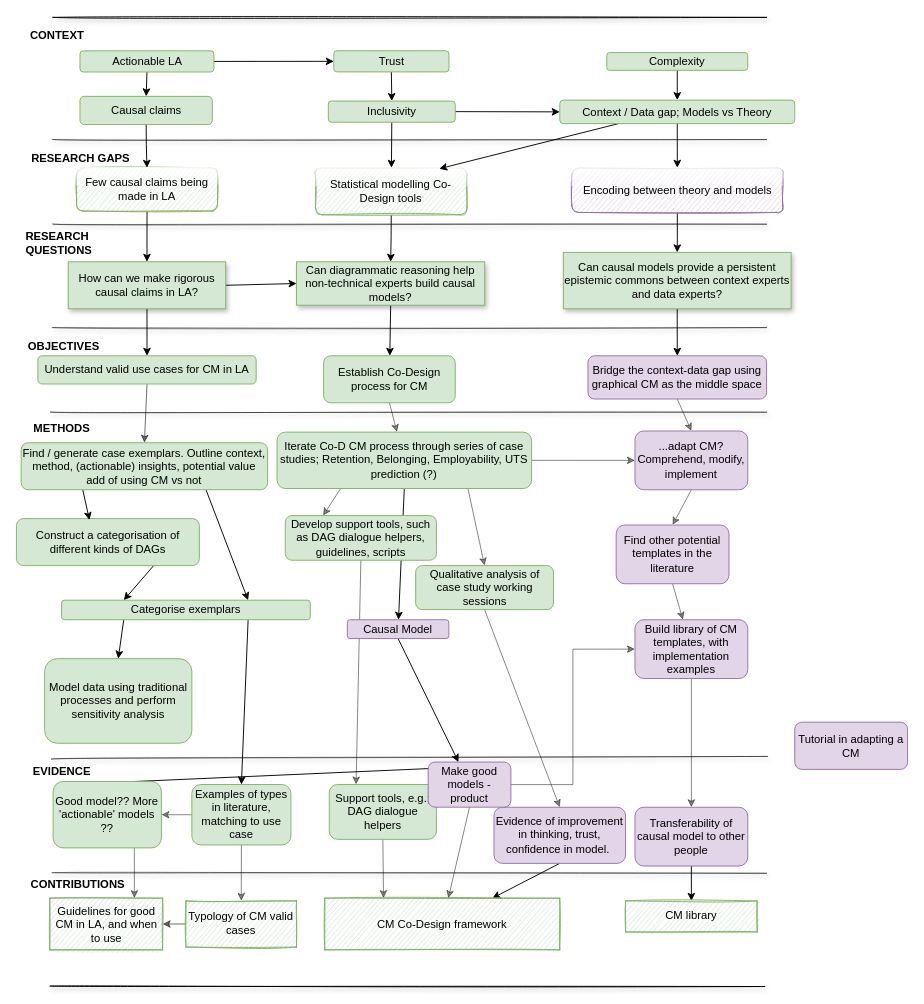
Above: page "Page-6" (6 of 6) of Thesis diagram.drawio in benwhicks/phd (draw.io), before the change. Source tidied: cells renumbered, new cells numbered last; positions are measured from the earlier drawing's top-left corner, leaving out a move shared by most shapes. Both pictures are drawn from the tidied source at 94%, with x=0, y=0 at pixel (16, 17).
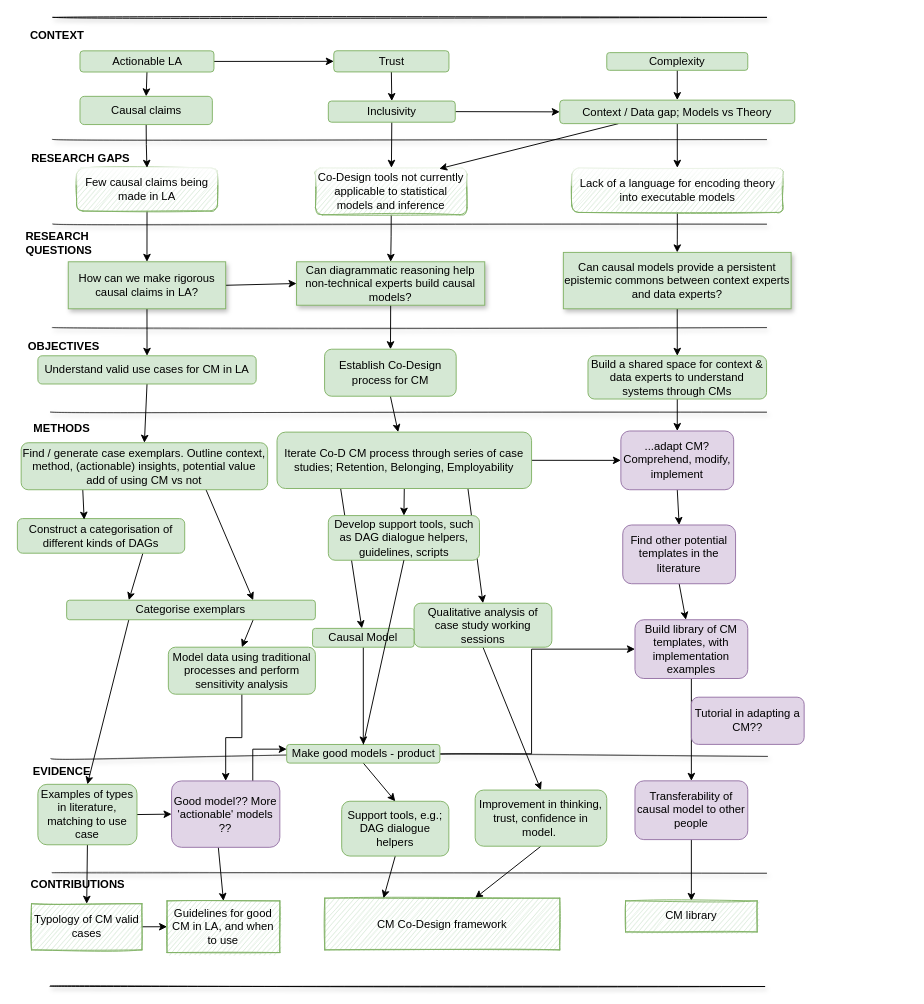
The same page after the edit.

Unchanged cells that the change refers to:
```xml
<mxCell id="27" value="Understand valid use cases for CM in LA" style="rounded=1;whiteSpace=wrap;html=1;sketch=0;shadow=0;glass=0;fillColor=#d5e8d4;strokeColor=#82b366;" parent="1" vertex="1">
  <mxGeometry x="22.8" y="360" width="232.2" height="30" as="geometry" />
</mxCell>
<mxCell id="52" value="CM Co-Design framework" style="whiteSpace=wrap;html=1;rounded=0;shadow=0;glass=0;sketch=1;fillColor=#d5e8d4;strokeColor=#82b366;" parent="1" vertex="1">
  <mxGeometry x="328" y="937" width="250" height="55" as="geometry" />
</mxCell>
<mxCell id="84" value="Find / generate case exemplars. Outline context, method, (actionable) insights, potential value add of using CM vs not" style="rounded=1;whiteSpace=wrap;html=1;sketch=0;shadow=0;glass=0;fillColor=#d5e8d4;strokeColor=#82b366;" parent="1" vertex="1">
  <mxGeometry x="5" y="452.5" width="262.2" height="50" as="geometry" />
</mxCell>
<mxCell id="93" value="Build library of CM templates, with implementation examples" style="whiteSpace=wrap;html=1;rounded=1;shadow=0;glass=0;sketch=0;fillColor=#e1d5e7;strokeColor=#9673a6;" parent="1" vertex="1">
  <mxGeometry x="658" y="640.8" width="120" height="62.5" as="geometry" />
</mxCell>
```

Diff of the diagram source:
```diff
@@
-    <mxCell id="7" style="edgeStyle=none;rounded=0;jumpStyle=none;jettySize=auto;html=1;exitX=0.5;exitY=1;exitDx=0;exitDy=0;entryX=0.5;entryY=0;entryDx=0;entryDy=0;fontFamily=Helvetica;fontSize=12;opacity=50;" parent="1" edge="1" source="8" target="37">
+    <mxCell id="7" style="edgeStyle=none;rounded=0;jumpStyle=none;jettySize=auto;html=1;exitX=0.5;exitY=1;exitDx=0;exitDy=0;entryX=0.5;entryY=0;entryDx=0;entryDy=0;fontFamily=Helvetica;fontSize=12;" parent="1" edge="1" source="8" target="37">
       <mxGeometry relative="1" as="geometry" />
     </mxCell>
     <mxCell id="8" value="Qualitative analysis of case study working sessions" style="rounded=1;whiteSpace=wrap;html=1;fillColor=#d5e8d4;strokeColor=#82b366;" parent="1" vertex="1">
-      <mxGeometry x="424.7" y="583.2" width="146.6" height="46.8" as="geometry" />
+      <mxGeometry x="423" y="623.2" width="146.6" height="46.8" as="geometry" />
     </mxCell>
@@
-    <mxCell id="10" value="Statistical modelling Co-Design tools" style="rounded=1;whiteSpace=wrap;html=1;fillColor=#d5e8d4;strokeColor=#82b366;glass=1;sketch=1;" parent="1" vertex="1">
+    <mxCell id="10" value="Co-Design tools not currently applicable to statistical models and inference" style="rounded=1;whiteSpace=wrap;html=1;fillColor=#d5e8d4;strokeColor=#82b366;glass=1;sketch=1;" parent="1" vertex="1">
       <mxGeometry x="318.1" y="160" width="161.2" height="50" as="geometry" />
     </mxCell>
@@
-    <mxCell id="12" value="Encoding between theory and models" style="rounded=1;whiteSpace=wrap;html=1;fillColor=#e1d5e7;strokeColor=#9673a6;glass=1;sketch=1;" parent="1" vertex="1">
+    <mxCell id="12" value="Lack of a language for encoding theory into executable models" style="rounded=1;whiteSpace=wrap;html=1;fillColor=#d5e8d4;strokeColor=#82b366;glass=1;sketch=1;" parent="1" vertex="1">
       <mxGeometry x="590.8" y="160" width="224.5" height="47.5" as="geometry" />
     </mxCell>
@@
-    <mxCell id="26" style="edgeStyle=none;rounded=0;jumpStyle=none;jettySize=auto;html=1;exitX=0.5;exitY=1;exitDx=0;exitDy=0;entryX=0.5;entryY=0;entryDx=0;entryDy=0;opacity=60;" parent="1" edge="1" source="27" target="84">
+    <mxCell id="26" style="edgeStyle=none;rounded=0;jumpStyle=none;jettySize=auto;html=1;exitX=0.5;exitY=1;exitDx=0;exitDy=0;entryX=0.5;entryY=0;entryDx=0;entryDy=0;" parent="1" edge="1" source="27" target="84">
       <mxGeometry relative="1" as="geometry" />
     </mxCell>
@@
-    <mxCell id="28" style="edgeStyle=none;rounded=0;jumpStyle=none;jettySize=auto;html=1;exitX=0.25;exitY=1;exitDx=0;exitDy=0;entryX=0.25;entryY=0;entryDx=0;entryDy=0;fontFamily=Helvetica;fontSize=12;opacity=50;" parent="1" edge="1" source="32" target="87">
+    <mxCell id="28" style="edgeStyle=none;rounded=0;jumpStyle=none;jettySize=auto;html=1;entryX=0.5;entryY=0;entryDx=0;entryDy=0;fontFamily=Helvetica;fontSize=12;exitX=0.5;exitY=1;exitDx=0;exitDy=0;" parent="1" edge="1" source="32" target="87">
       <mxGeometry relative="1" as="geometry" />
     </mxCell>
-    <mxCell id="29" style="edgeStyle=none;rounded=0;jumpStyle=none;jettySize=auto;html=1;exitX=0.75;exitY=1;exitDx=0;exitDy=0;entryX=0.5;entryY=0;entryDx=0;entryDy=0;fontFamily=Helvetica;fontSize=12;opacity=50;" parent="1" edge="1" source="32" target="8">
+    <mxCell id="29" style="edgeStyle=none;rounded=0;jumpStyle=none;jettySize=auto;html=1;exitX=0.75;exitY=1;exitDx=0;exitDy=0;entryX=0.5;entryY=0;entryDx=0;entryDy=0;fontFamily=Helvetica;fontSize=12;" parent="1" edge="1" source="32" target="8">
       <mxGeometry relative="1" as="geometry" />
     </mxCell>
-    <mxCell id="30" style="edgeStyle=none;rounded=0;jumpStyle=none;jettySize=auto;html=1;exitX=1;exitY=0.5;exitDx=0;exitDy=0;entryX=0;entryY=0.5;entryDx=0;entryDy=0;fontFamily=Helvetica;fontSize=12;opacity=50;" parent="1" edge="1" source="32" target="89">
+    <mxCell id="30" style="edgeStyle=none;rounded=0;jumpStyle=none;jettySize=auto;html=1;exitX=1;exitY=0.5;exitDx=0;exitDy=0;entryX=0;entryY=0.5;entryDx=0;entryDy=0;fontFamily=Helvetica;fontSize=12;" parent="1" edge="1" source="32" target="89">
       <mxGeometry relative="1" as="geometry" />
     </mxCell>
-    <mxCell id="31" style="edgeStyle=none;rounded=0;jettySize=auto;html=1;exitX=0.5;exitY=1;exitDx=0;exitDy=0;" parent="1" edge="1" source="32" target="98">
+    <mxCell id="31" style="edgeStyle=none;rounded=0;jettySize=auto;html=1;exitX=0.25;exitY=1;exitDx=0;exitDy=0;" parent="1" edge="1" source="32" target="98">
       <mxGeometry relative="1" as="geometry" />
     </mxCell>
-    <mxCell id="32" value="Iterate Co-D CM process through series of case studies; Retention, Belonging, Employability, UTS prediction (?)" style="rounded=1;whiteSpace=wrap;html=1;fillColor=#d5e8d4;strokeColor=#82b366;" parent="1" vertex="1">
+    <mxCell id="32" value="Iterate Co-D CM process through series of case studies; Retention, Belonging, Employability" style="rounded=1;whiteSpace=wrap;html=1;fillColor=#d5e8d4;strokeColor=#82b366;" parent="1" vertex="1">
       <mxGeometry x="277.2" y="441.2" width="270.8" height="60" as="geometry" />
     </mxCell>
@@
-    <mxCell id="37" value="Evidence of improvement in thinking, trust, confidence in model.&amp;nbsp;" style="whiteSpace=wrap;html=1;rounded=1;shadow=0;glass=0;sketch=0;fillColor=#e1d5e7;strokeColor=#9673a6;" parent="1" vertex="1">
-      <mxGeometry x="508" y="840.3" width="140" height="59.7" as="geometry" />
+    <mxCell id="37" value="Improvement in thinking, trust, confidence in model.&amp;nbsp;" style="whiteSpace=wrap;html=1;rounded=1;shadow=0;glass=0;sketch=0;fillColor=#d5e8d4;strokeColor=#82b366;" parent="1" vertex="1">
+      <mxGeometry x="488" y="822" width="140" height="59.7" as="geometry" />
     </mxCell>
@@
-    <mxCell id="43" style="endArrow=none;html=1;rounded=0;sketch=1;curved=1;shadow=1;opacity=50;" parent="1" edge="1">
+    <mxCell id="43" style="endArrow=none;html=1;rounded=0;sketch=1;curved=1;shadow=1;opacity=50;startArrow=none;" parent="1" edge="1" source="63">
       <mxGeometry relative="1" as="geometry">
-        <mxPoint x="36.5" y="788.8" as="sourcePoint" />
         <mxPoint x="799" y="786.2" as="targetPoint" />
       </mxGeometry>
     </mxCell>
@@
     <mxCell id="53" value="Guidelines for good CM in LA, and when to use" style="whiteSpace=wrap;html=1;rounded=0;shadow=0;glass=0;sketch=1;fillColor=#d5e8d4;strokeColor=#82b366;" parent="1" vertex="1">
-      <mxGeometry x="35.5" y="937" width="120" height="55" as="geometry" />
+      <mxGeometry x="160.2" y="939.9" width="120" height="55" as="geometry" />
     </mxCell>
-    <mxCell id="54" style="edgeStyle=none;rounded=0;jumpStyle=none;jettySize=auto;html=1;exitX=0.75;exitY=1;exitDx=0;exitDy=0;entryX=0.75;entryY=0;entryDx=0;entryDy=0;fontFamily=Helvetica;fontSize=12;opacity=50;" parent="1" edge="1" source="56" target="53">
+    <mxCell id="54" style="edgeStyle=none;rounded=0;jumpStyle=none;jettySize=auto;html=1;exitX=0.432;exitY=1.002;exitDx=0;exitDy=0;entryX=0.5;entryY=0;entryDx=0;entryDy=0;fontFamily=Helvetica;fontSize=12;exitPerimeter=0;" parent="1" edge="1" source="56" target="53">
       <mxGeometry relative="1" as="geometry" />
     </mxCell>
-    <mxCell id="55" style="edgeStyle=none;rounded=0;jettySize=auto;html=1;exitX=0.75;exitY=0;exitDx=0;exitDy=0;entryX=0.274;entryY=0.123;entryDx=0;entryDy=0;entryPerimeter=0;" parent="1" edge="1" source="56" target="63">
+    <mxCell id="55" style="edgeStyle=orthogonalEdgeStyle;rounded=0;jettySize=auto;html=1;exitX=0.75;exitY=0;exitDx=0;exitDy=0;entryX=0;entryY=0.25;entryDx=0;entryDy=0;" parent="1" edge="1" source="56" target="63">
       <mxGeometry relative="1" as="geometry" />
     </mxCell>
-    <mxCell id="56" value="Good model?? More 'actionable' models ??" style="rounded=1;whiteSpace=wrap;html=1;sketch=0;fillColor=#d5e8d4;strokeColor=#82b366;gradientColor=none;shadow=0;" parent="1" vertex="1">
-      <mxGeometry x="39" y="812.9" width="115.2" height="70.6" as="geometry" />
+    <mxCell id="56" value="Good model?? More 'actionable' models ??" style="rounded=1;whiteSpace=wrap;html=1;sketch=0;fillColor=#e1d5e7;strokeColor=#9673a6;shadow=0;" parent="1" vertex="1">
+      <mxGeometry x="165" y="812.3" width="115.2" height="70.6" as="geometry" />
     </mxCell>
-    <mxCell id="57" style="edgeStyle=none;rounded=0;jumpStyle=none;jettySize=auto;html=1;exitX=0;exitY=0.5;exitDx=0;exitDy=0;entryX=1;entryY=0.5;entryDx=0;entryDy=0;opacity=60;" parent="1" edge="1" source="58" target="53">
+    <mxCell id="57" style="edgeStyle=none;rounded=0;jumpStyle=none;jettySize=auto;html=1;exitX=1;exitY=0.5;exitDx=0;exitDy=0;entryX=0;entryY=0.5;entryDx=0;entryDy=0;" parent="1" edge="1" source="58" target="53">
       <mxGeometry relative="1" as="geometry" />
     </mxCell>
     <mxCell id="58" value="Typology of CM valid cases" style="rounded=0;whiteSpace=wrap;html=1;sketch=1;fillColor=#d5e8d4;strokeColor=#82b366;shadow=0;" parent="1" vertex="1">
-      <mxGeometry x="180.4" y="939.9" width="117.5" height="49.1" as="geometry" />
+      <mxGeometry x="16" y="942.9" width="117.5" height="49.1" as="geometry" />
     </mxCell>
-    <mxCell id="59" style="edgeStyle=none;rounded=0;jumpStyle=none;jettySize=auto;html=1;exitX=0.5;exitY=1;exitDx=0;exitDy=0;entryX=0.25;entryY=0;entryDx=0;entryDy=0;fontFamily=Helvetica;fontSize=12;opacity=50;" parent="1" edge="1" source="60" target="52">
+    <mxCell id="59" style="edgeStyle=none;rounded=0;jumpStyle=none;jettySize=auto;html=1;exitX=0.5;exitY=1;exitDx=0;exitDy=0;entryX=0.25;entryY=0;entryDx=0;entryDy=0;fontFamily=Helvetica;fontSize=12;" parent="1" edge="1" source="60" target="52">
       <mxGeometry relative="1" as="geometry" />
     </mxCell>
     <mxCell id="60" value="Support tools, e.g.; DAG dialogue helpers" style="rounded=1;whiteSpace=wrap;html=1;sketch=0;fillColor=#d5e8d4;strokeColor=#82b366;shadow=0;" parent="1" vertex="1">
-      <mxGeometry x="332.8" y="816.1" width="114" height="58.3" as="geometry" />
+      <mxGeometry x="346" y="833.9" width="114" height="58.3" as="geometry" />
     </mxCell>
-    <mxCell id="61" style="edgeStyle=none;rounded=0;jumpStyle=none;jettySize=auto;html=1;exitX=0.5;exitY=1;exitDx=0;exitDy=0;fontFamily=Helvetica;fontSize=12;opacity=50;" parent="1" edge="1" source="63" target="52">
-      <mxGeometry relative="1" as="geometry" />
-    </mxCell>
-    <mxCell id="62" style="edgeStyle=orthogonalEdgeStyle;rounded=0;jumpStyle=none;jettySize=auto;html=1;exitX=1;exitY=0.5;exitDx=0;exitDy=0;entryX=0;entryY=0.5;entryDx=0;entryDy=0;fontFamily=Helvetica;fontSize=12;opacity=50;" parent="1" edge="1" source="63" target="93">
-      <mxGeometry relative="1" as="geometry" />
+    <mxCell id="62" style="edgeStyle=orthogonalEdgeStyle;rounded=0;jumpStyle=none;jettySize=auto;html=1;exitX=1;exitY=0.5;exitDx=0;exitDy=0;entryX=0;entryY=0.5;entryDx=0;entryDy=0;fontFamily=Helvetica;fontSize=12;" parent="1" edge="1" source="63" target="93">
+      <mxGeometry relative="1" as="geometry">
+        <Array as="points">
+          <mxPoint x="548" y="783" />
+          <mxPoint x="548" y="672" />
+        </Array>
+      </mxGeometry>
     </mxCell>
-    <mxCell id="63" value="Make good models - product" style="rounded=1;whiteSpace=wrap;html=1;sketch=0;fillColor=#e1d5e7;strokeColor=#9673a6;shadow=0;" parent="1" vertex="1">
-      <mxGeometry x="438" y="792.2" width="88" height="48" as="geometry" />
-    </mxCell>
@@
     <mxCell id="65" value="Transferability of causal model to other people" style="whiteSpace=wrap;html=1;rounded=1;shadow=0;glass=0;sketch=0;fillColor=#e1d5e7;strokeColor=#9673a6;" parent="1" vertex="1">
-      <mxGeometry x="658" y="840.3" width="120" height="62.5" as="geometry" />
+      <mxGeometry x="658" y="812.2" width="120" height="62.5" as="geometry" />
     </mxCell>
@@
-    <mxCell id="72" style="edgeStyle=none;rounded=0;jumpStyle=none;jettySize=auto;html=1;exitX=0.5;exitY=1;exitDx=0;exitDy=0;fontFamily=Helvetica;fontSize=12;opacity=50;entryX=0.5;entryY=0;entryDx=0;entryDy=0;" parent="1" edge="1" source="73" target="89">
+    <mxCell id="72" style="edgeStyle=none;rounded=0;jumpStyle=none;jettySize=auto;html=1;exitX=0.5;exitY=1;exitDx=0;exitDy=0;fontFamily=Helvetica;fontSize=12;entryX=0.5;entryY=0;entryDx=0;entryDy=0;" parent="1" edge="1" source="73" target="89">
       <mxGeometry relative="1" as="geometry" />
     </mxCell>
-    <mxCell id="73" value="Bridge the context-data gap using graphical CM as the middle space" style="rounded=1;whiteSpace=wrap;html=1;fillColor=#e1d5e7;strokeColor=#9673a6;" parent="1" vertex="1">
+    <mxCell id="73" value="Build a shared space for context &amp;amp; data experts to understand systems through CMs" style="rounded=1;whiteSpace=wrap;html=1;fillColor=#d5e8d4;strokeColor=#82b366;" parent="1" vertex="1">
       <mxGeometry x="608" y="360" width="190" height="46" as="geometry" />
     </mxCell>
-    <mxCell id="74" style="edgeStyle=none;rounded=0;jumpStyle=none;jettySize=auto;html=1;exitX=0.5;exitY=1;exitDx=0;exitDy=0;fontFamily=Helvetica;fontSize=12;opacity=50;" parent="1" edge="1" source="75" target="32">
+    <mxCell id="74" style="edgeStyle=none;rounded=0;jumpStyle=none;jettySize=auto;html=1;exitX=0.5;exitY=1;exitDx=0;exitDy=0;fontFamily=Helvetica;fontSize=12;" parent="1" edge="1" source="75" target="32">
       <mxGeometry relative="1" as="geometry" />
     </mxCell>
     <mxCell id="75" value="Establish Co-Design process for CM" style="rounded=1;whiteSpace=wrap;html=1;fillColor=#d5e8d4;strokeColor=#82b366;" parent="1" vertex="1">
-      <mxGeometry x="326.8" y="360" width="140" height="50" as="geometry" />
+      <mxGeometry x="327.8" y="353" width="140" height="50" as="geometry" />
     </mxCell>
+    <mxCell id="100" style="edgeStyle=orthogonalEdgeStyle;rounded=0;jettySize=auto;html=1;exitX=0.5;exitY=1;exitDx=0;exitDy=0;entryX=0.5;entryY=0;entryDx=0;entryDy=0;" parent="1" edge="1" source="76" target="56">
+      <mxGeometry relative="1" as="geometry" />
+    </mxCell>
     <mxCell id="76" value="Model data using traditional processes and perform sensitivity analysis" style="rounded=1;whiteSpace=wrap;html=1;sketch=0;shadow=0;glass=0;fillColor=#d5e8d4;strokeColor=#82b366;" parent="1" vertex="1">
-      <mxGeometry x="30" y="682.2" width="156.6" height="90" as="geometry" />
+      <mxGeometry x="161.6" y="670" width="156.4" height="50" as="geometry" />
     </mxCell>
@@
     <mxCell id="78" value="Construct a categorisation of different kinds of DAGs" style="rounded=1;whiteSpace=wrap;html=1;sketch=0;shadow=0;glass=0;fillColor=#d5e8d4;strokeColor=#82b366;" parent="1" vertex="1">
-      <mxGeometry y="533.2" width="194.6" height="50" as="geometry" />
+      <mxGeometry x="1" y="533.2" width="178" height="36.8" as="geometry" />
     </mxCell>
-    <mxCell id="79" style="edgeStyle=none;rounded=0;jumpStyle=none;jettySize=auto;html=1;exitX=0.5;exitY=1;exitDx=0;exitDy=0;entryX=0.5;entryY=0;entryDx=0;entryDy=0;fontFamily=Helvetica;fontSize=12;opacity=50;" parent="1" edge="1" source="81" target="58">
+    <mxCell id="79" style="edgeStyle=none;rounded=0;jumpStyle=none;jettySize=auto;html=1;exitX=0.5;exitY=1;exitDx=0;exitDy=0;entryX=0.5;entryY=0;entryDx=0;entryDy=0;fontFamily=Helvetica;fontSize=12;" parent="1" edge="1" source="81" target="58">
       <mxGeometry relative="1" as="geometry" />
     </mxCell>
-    <mxCell id="80" style="edgeStyle=none;rounded=0;jumpStyle=none;jettySize=auto;html=1;exitX=0;exitY=0.5;exitDx=0;exitDy=0;entryX=1;entryY=0.5;entryDx=0;entryDy=0;fontFamily=Helvetica;fontSize=12;opacity=50;" parent="1" edge="1" source="81" target="56">
+    <mxCell id="80" style="edgeStyle=none;rounded=0;jumpStyle=none;jettySize=auto;html=1;exitX=1;exitY=0.5;exitDx=0;exitDy=0;entryX=0;entryY=0.5;entryDx=0;entryDy=0;fontFamily=Helvetica;fontSize=12;" parent="1" edge="1" source="81" target="56">
       <mxGeometry relative="1" as="geometry" />
     </mxCell>
     <mxCell id="81" value="Examples of types in literature, matching to use case" style="rounded=1;whiteSpace=wrap;html=1;sketch=0;fillColor=#d5e8d4;strokeColor=#82b366;gradientColor=none;shadow=0;" parent="1" vertex="1">
-      <mxGeometry x="186.6" y="816.1" width="105.4" height="64.3" as="geometry" />
+      <mxGeometry x="22.8" y="815.9" width="105.4" height="64.3" as="geometry" />
     </mxCell>
@@
-    <mxCell id="86" style="edgeStyle=none;rounded=0;jumpStyle=none;jettySize=auto;html=1;exitX=0.5;exitY=1;exitDx=0;exitDy=0;entryX=0.25;entryY=0;entryDx=0;entryDy=0;fontFamily=Helvetica;fontSize=12;opacity=50;" parent="1" edge="1" source="87" target="60">
+    <mxCell id="86" style="edgeStyle=none;rounded=0;jumpStyle=none;jettySize=auto;html=1;exitX=0.5;exitY=1;exitDx=0;exitDy=0;entryX=0.5;entryY=0;entryDx=0;entryDy=0;fontFamily=Helvetica;fontSize=12;startArrow=none;" parent="1" edge="1" source="63" target="60">
       <mxGeometry relative="1" as="geometry" />
     </mxCell>
     <mxCell id="87" value="Develop support tools, such as DAG dialogue helpers, guidelines, scripts" style="rounded=1;whiteSpace=wrap;html=1;fillColor=#d5e8d4;strokeColor=#82b366;" parent="1" vertex="1">
-      <mxGeometry x="286" y="530" width="160.8" height="47.5" as="geometry" />
+      <mxGeometry x="331.8" y="530" width="160.8" height="47.5" as="geometry" />
     </mxCell>
-    <mxCell id="88" style="edgeStyle=none;rounded=0;jumpStyle=none;jettySize=auto;html=1;exitX=0.5;exitY=1;exitDx=0;exitDy=0;entryX=0.5;entryY=0;entryDx=0;entryDy=0;fontFamily=Helvetica;fontSize=12;opacity=50;" parent="1" edge="1" source="89" target="91">
+    <mxCell id="88" style="edgeStyle=none;rounded=0;jumpStyle=none;jettySize=auto;html=1;exitX=0.5;exitY=1;exitDx=0;exitDy=0;entryX=0.5;entryY=0;entryDx=0;entryDy=0;fontFamily=Helvetica;fontSize=12;" parent="1" edge="1" source="89" target="91">
       <mxGeometry relative="1" as="geometry" />
     </mxCell>
     <mxCell id="89" value="...adapt CM? Comprehend, modify, implement" style="whiteSpace=wrap;html=1;rounded=1;shadow=0;glass=0;sketch=0;fillColor=#e1d5e7;strokeColor=#9673a6;" parent="1" vertex="1">
-      <mxGeometry x="658" y="440" width="120" height="62.5" as="geometry" />
+      <mxGeometry x="643" y="440" width="120" height="62.5" as="geometry" />
     </mxCell>
-    <mxCell id="90" style="edgeStyle=none;rounded=0;jumpStyle=none;jettySize=auto;html=1;exitX=0.5;exitY=1;exitDx=0;exitDy=0;fontFamily=Helvetica;fontSize=12;opacity=50;" parent="1" edge="1" source="91" target="93">
+    <mxCell id="90" style="edgeStyle=none;rounded=0;jumpStyle=none;jettySize=auto;html=1;exitX=0.5;exitY=1;exitDx=0;exitDy=0;fontFamily=Helvetica;fontSize=12;" parent="1" edge="1" source="91" target="93">
       <mxGeometry relative="1" as="geometry" />
     </mxCell>
     <mxCell id="91" value="Find other potential templates in the literature" style="whiteSpace=wrap;html=1;rounded=1;shadow=0;glass=0;sketch=0;fillColor=#e1d5e7;strokeColor=#9673a6;" parent="1" vertex="1">
-      <mxGeometry x="638" y="540" width="120" height="62.5" as="geometry" />
+      <mxGeometry x="645" y="540" width="120" height="62.5" as="geometry" />
     </mxCell>
-    <mxCell id="92" style="edgeStyle=orthogonalEdgeStyle;rounded=0;jumpStyle=none;jettySize=auto;html=1;exitX=0.5;exitY=1;exitDx=0;exitDy=0;entryX=0.5;entryY=0;entryDx=0;entryDy=0;fontFamily=Helvetica;fontSize=12;opacity=50;" parent="1" edge="1" source="93" target="65">
+    <mxCell id="92" style="edgeStyle=orthogonalEdgeStyle;rounded=0;jumpStyle=none;jettySize=auto;html=1;exitX=0.5;exitY=1;exitDx=0;exitDy=0;entryX=0.5;entryY=0;entryDx=0;entryDy=0;fontFamily=Helvetica;fontSize=12;" parent="1" edge="1" source="93" target="65">
       <mxGeometry relative="1" as="geometry" />
     </mxCell>
@@
-    <mxCell id="94" style="rounded=0;jettySize=auto;html=1;exitX=0.75;exitY=1;exitDx=0;exitDy=0;entryX=0.5;entryY=0;entryDx=0;entryDy=0;" parent="1" edge="1" source="96" target="81">
+    <mxCell id="94" style="rounded=0;jettySize=auto;html=1;exitX=0.25;exitY=1;exitDx=0;exitDy=0;entryX=0.5;entryY=0;entryDx=0;entryDy=0;" parent="1" edge="1" source="96" target="81">
       <mxGeometry relative="1" as="geometry" />
     </mxCell>
-    <mxCell id="95" style="rounded=0;jettySize=auto;html=1;exitX=0.25;exitY=1;exitDx=0;exitDy=0;entryX=0.5;entryY=0;entryDx=0;entryDy=0;" parent="1" edge="1" source="96" target="76">
+    <mxCell id="95" style="rounded=0;jettySize=auto;html=1;exitX=0.75;exitY=1;exitDx=0;exitDy=0;entryX=0.5;entryY=0;entryDx=0;entryDy=0;" parent="1" edge="1" source="96" target="76">
       <mxGeometry relative="1" as="geometry" />
     </mxCell>
     <mxCell id="96" value="Categorise exemplars" style="rounded=1;whiteSpace=wrap;html=1;sketch=0;shadow=0;glass=0;fillColor=#d5e8d4;strokeColor=#82b366;" parent="1" vertex="1">
-      <mxGeometry x="48" y="620" width="264.6" height="20.8" as="geometry" />
+      <mxGeometry x="53.4" y="620" width="264.6" height="20.8" as="geometry" />
     </mxCell>
@@
-    <mxCell id="98" value="Causal Model" style="whiteSpace=wrap;html=1;rounded=1;shadow=0;glass=0;sketch=0;fillColor=#e1d5e7;strokeColor=#9673a6;" parent="1" vertex="1">
-      <mxGeometry x="352" y="640.8" width="108" height="20" as="geometry" />
+    <mxCell id="98" value="Causal Model" style="whiteSpace=wrap;html=1;rounded=1;shadow=0;glass=0;sketch=0;fillColor=#d5e8d4;strokeColor=#82b366;" parent="1" vertex="1">
+      <mxGeometry x="315" y="650" width="108" height="20" as="geometry" />
     </mxCell>
-    <mxCell id="99" value="Tutorial in adapting a CM" style="whiteSpace=wrap;html=1;rounded=1;shadow=0;glass=0;sketch=0;fillColor=#e1d5e7;strokeColor=#9673a6;" parent="1" vertex="1">
-      <mxGeometry x="828" y="749.8" width="120" height="50.2" as="geometry" />
+    <mxCell id="99" value="Tutorial in adapting a CM??" style="whiteSpace=wrap;html=1;rounded=1;shadow=0;glass=0;sketch=0;fillColor=#e1d5e7;strokeColor=#9673a6;" parent="1" vertex="1">
+      <mxGeometry x="718" y="723.2" width="120" height="50.2" as="geometry" />
     </mxCell>
+    <mxCell id="101" style="endArrow=none;html=1;rounded=0;sketch=1;curved=1;shadow=1;opacity=50;" parent="1" edge="1" target="63">
+      <mxGeometry relative="1" as="geometry">
+        <mxPoint x="36.5" y="788.8" as="sourcePoint" />
+      </mxGeometry>
+    </mxCell>
+    <mxCell id="63" value="Make good models - product" style="rounded=1;whiteSpace=wrap;html=1;sketch=0;fillColor=#d5e8d4;strokeColor=#82b366;shadow=0;" parent="1" vertex="1">
+      <mxGeometry x="287.5" y="773.5" width="163" height="19.8" as="geometry" />
+    </mxCell>
+    <mxCell id="102" style="edgeStyle=none;rounded=0;jumpStyle=none;jettySize=auto;html=1;exitX=0.5;exitY=1;exitDx=0;exitDy=0;entryX=0.5;entryY=0;entryDx=0;entryDy=0;fontFamily=Helvetica;fontSize=12;endArrow=none;" parent="1" edge="1" source="87" target="63">
+      <mxGeometry relative="1" as="geometry" />
+    </mxCell>
```
